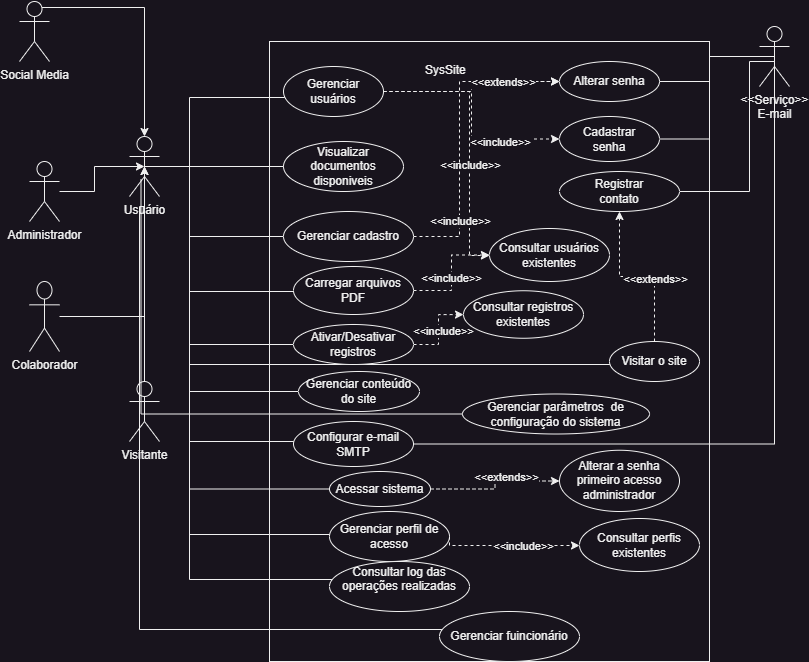
This is docs/Diagrama_Caso_De_Uso.png from srgeverson/projeto-integrado, a draw.io export, as it was before one commit. Source tidied: cells renumbered, new cells last; positions are measured from the earlier drawing's top-left corner, leaving out a move shared by most shapes.
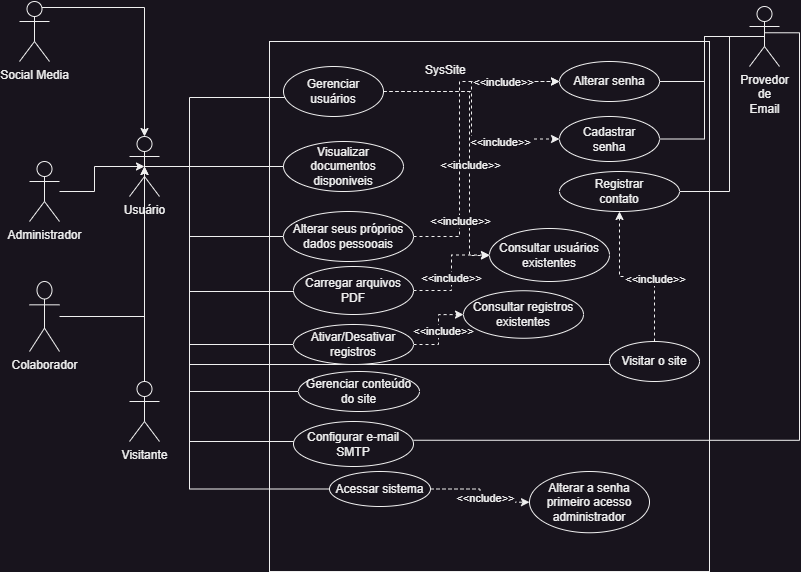
Later version of the same file.

Diff of the diagram source:
```diff
@@ -24,7 +24,7 @@
       <mxGeometry width="30" height="60" as="geometry" />
     </mxCell>
     <mxCell id="9" style="rounded=0;whiteSpace=wrap;html=1;" parent="1" vertex="1">
-      <mxGeometry x="250" y="40" width="440" height="620" as="geometry" />
+      <mxGeometry x="250" y="40" width="440" height="530" as="geometry" />
     </mxCell>
     <mxCell id="10" value="SysSite" style="text;strokeColor=none;fillColor=none;spacingLeft=4;spacingRight=4;overflow=hidden;fontSize=12;whiteSpace=wrap;html=1;" parent="1" vertex="1">
       <mxGeometry x="400" y="55" width="60" height="30" as="geometry" />
@@ -82,14 +82,13 @@
     <mxCell id="23" style="edgeStyle=orthogonalEdgeStyle;rounded=0;jettySize=auto;html=1;endArrow=none;endFill=0;exitX=0.5;exitY=0.5;exitDx=0;exitDy=0;exitPerimeter=0;" parent="1" edge="1" source="24" target="26">
       <mxGeometry relative="1" as="geometry">
         <Array as="points">
-          <mxPoint x="755" y="60" />
-          <mxPoint x="730" y="60" />
-          <mxPoint x="730" y="190" />
+          <mxPoint x="710" y="35" />
+          <mxPoint x="710" y="190" />
         </Array>
       </mxGeometry>
     </mxCell>
-    <mxCell id="24" value="&amp;lt;&amp;lt;Serviço&amp;gt;&amp;gt;&lt;br&gt;E-mail&lt;br&gt;" style="shape=umlActor;verticalLabelPosition=bottom;verticalAlign=top;html=1;outlineConnect=0;" parent="1" vertex="1">
-      <mxGeometry x="740" y="25" width="30" height="60" as="geometry" />
+    <mxCell id="24" value="Provedor &lt;br&gt;de &lt;br&gt;Email" style="shape=umlActor;verticalLabelPosition=bottom;verticalAlign=top;html=1;outlineConnect=0;" parent="1" vertex="1">
+      <mxGeometry x="730" y="5" width="30" height="60" as="geometry" />
     </mxCell>
     <mxCell id="25" value="Cadastrar &lt;br&gt;senha" style="ellipse;whiteSpace=wrap;html=1;" parent="1" vertex="1">
       <mxGeometry x="540" y="115" width="100" height="45" as="geometry" />
@@ -110,7 +109,7 @@
         <mxPoint x="3" y="113" as="offset" />
       </mxGeometry>
     </mxCell>
-    <mxCell id="29" value="&amp;lt;&amp;lt;extends&amp;gt;&amp;gt;" style="edgeLabel;html=1;align=center;verticalAlign=middle;" parent="27" vertex="1">
+    <mxCell id="29" value="&amp;lt;&amp;lt;include&amp;gt;&amp;gt;" style="edgeLabel;html=1;align=center;verticalAlign=middle;" parent="27" vertex="1">
       <mxGeometry x="0.62" relative="1" as="geometry" />
     </mxCell>
     <mxCell id="30" style="edgeStyle=orthogonalEdgeStyle;rounded=0;jettySize=auto;html=1;entryX=0.5;entryY=0.5;entryDx=0;entryDy=0;entryPerimeter=0;endArrow=none;endFill=0;" parent="1" edge="1" source="31" target="2">
@@ -121,7 +120,7 @@
         </Array>
       </mxGeometry>
     </mxCell>
-    <mxCell id="31" value="Gerenciar cadastro" style="ellipse;whiteSpace=wrap;html=1;" parent="1" vertex="1">
+    <mxCell id="31" value="Alterar seus próprios dados pessooais" style="ellipse;whiteSpace=wrap;html=1;" parent="1" vertex="1">
       <mxGeometry x="264" y="210" width="130" height="50" as="geometry" />
     </mxCell>
     <mxCell id="32" style="edgeStyle=orthogonalEdgeStyle;rounded=0;jettySize=auto;html=1;entryX=0.5;entryY=0.5;entryDx=0;entryDy=0;entryPerimeter=0;endArrow=none;endFill=0;" parent="1" edge="1" source="34" target="2">
@@ -132,8 +131,15 @@
         </Array>
       </mxGeometry>
     </mxCell>
-    <mxCell id="33" style="edgeStyle=orthogonalEdgeStyle;rounded=0;jettySize=auto;html=1;entryX=0.5;entryY=0.5;entryDx=0;entryDy=0;entryPerimeter=0;endArrow=none;endFill=0;" parent="1" edge="1" source="34" target="24">
-      <mxGeometry relative="1" as="geometry" />
+    <mxCell id="33" style="edgeStyle=orthogonalEdgeStyle;rounded=0;orthogonalLoop=1;jettySize=auto;html=1;entryX=0.5;entryY=0.5;entryDx=0;entryDy=0;entryPerimeter=0;endArrow=none;endFill=0;" parent="1" edge="1">
+      <mxGeometry relative="1" as="geometry">
+        <mxPoint x="394" y="438.8" as="sourcePoint" />
+        <mxPoint x="745" y="31.2" as="targetPoint" />
+        <Array as="points">
+          <mxPoint x="780" y="439" />
+          <mxPoint x="780" y="31" />
+        </Array>
+      </mxGeometry>
     </mxCell>
     <mxCell id="34" value="Configurar e-mail SMTP" style="ellipse;whiteSpace=wrap;html=1;" parent="1" vertex="1">
       <mxGeometry x="274" y="420" width="120" height="45" as="geometry" />
@@ -172,7 +178,7 @@
     <mxCell id="42" style="edgeStyle=orthogonalEdgeStyle;rounded=0;jettySize=auto;html=1;dashed=1;" parent="1" edge="1" source="45" target="26">
       <mxGeometry relative="1" as="geometry" />
     </mxCell>
-    <mxCell id="43" value="&amp;lt;&amp;lt;extends&amp;gt;&amp;gt;" style="edgeLabel;html=1;align=center;verticalAlign=middle;" parent="42" vertex="1">
+    <mxCell id="43" value="&amp;lt;&amp;lt;include&amp;gt;&amp;gt;" style="edgeLabel;html=1;align=center;verticalAlign=middle;" parent="42" vertex="1">
       <mxGeometry x="-0.22" y="2" relative="1" as="geometry" />
     </mxCell>
     <mxCell id="44" style="edgeStyle=orthogonalEdgeStyle;rounded=0;jettySize=auto;html=1;endArrow=none;endFill=0;" parent="1" edge="1" target="2">
@@ -222,7 +228,7 @@
     <mxCell id="53" style="edgeStyle=orthogonalEdgeStyle;rounded=0;jettySize=auto;html=1;dashed=1;" parent="1" edge="1" source="56" target="57">
       <mxGeometry relative="1" as="geometry" />
     </mxCell>
-    <mxCell id="54" value="&amp;lt;&amp;lt;extends&amp;gt;&amp;gt;" style="edgeLabel;html=1;align=center;verticalAlign=middle;" parent="53" vertex="1">
+    <mxCell id="54" value="&amp;lt;&amp;lt;nclude&amp;gt;&amp;gt;" style="edgeLabel;html=1;align=center;verticalAlign=middle;" parent="53" vertex="1">
       <mxGeometry x="0.21" y="4" relative="1" as="geometry" />
     </mxCell>
     <mxCell id="55" style="edgeStyle=orthogonalEdgeStyle;rounded=0;jettySize=auto;html=1;endArrow=none;endFill=0;" parent="1" edge="1" source="56" target="2">
@@ -237,65 +243,7 @@
       <mxGeometry x="310" y="470" width="101" height="35" as="geometry" />
     </mxCell>
     <mxCell id="57" value="Alterar a senha primeiro acesso administrador" style="ellipse;whiteSpace=wrap;html=1;" parent="1" vertex="1">
-      <mxGeometry x="540" y="448.8" width="120" height="61.2" as="geometry" />
+      <mxGeometry x="510" y="470" width="120" height="61.2" as="geometry" />
     </mxCell>
-    <mxCell id="58" style="edgeStyle=orthogonalEdgeStyle;rounded=0;jettySize=auto;html=1;endArrow=none;endFill=0;entryX=0.5;entryY=0.5;entryDx=0;entryDy=0;entryPerimeter=0;" parent="1" edge="1" source="59" target="2">
-      <mxGeometry relative="1" as="geometry">
-        <Array as="points">
-          <mxPoint x="170" y="533" />
-          <mxPoint x="170" y="165" />
-        </Array>
-      </mxGeometry>
-    </mxCell>
-    <mxCell id="59" value="Gerenciar perfil de acesso" style="ellipse;whiteSpace=wrap;html=1;" parent="1" vertex="1">
-      <mxGeometry x="310" y="510" width="120" height="50" as="geometry" />
-    </mxCell>
-    <mxCell id="60" style="edgeStyle=orthogonalEdgeStyle;rounded=0;jettySize=auto;html=1;dashed=1;exitX=1;exitY=0.5;exitDx=0;exitDy=0;" parent="1" edge="1" source="59" target="62">
-      <mxGeometry relative="1" as="geometry">
-        <Array as="points">
-          <mxPoint x="430" y="544" />
-        </Array>
-      </mxGeometry>
-    </mxCell>
-    <mxCell id="61" value="&amp;lt;&amp;lt;include&amp;gt;&amp;gt;" style="edgeLabel;html=1;align=center;verticalAlign=middle;" parent="60" vertex="1">
-      <mxGeometry x="0.18" relative="1" as="geometry" />
-    </mxCell>
-    <mxCell id="62" value="Consultar perfis existentes" style="ellipse;whiteSpace=wrap;html=1;" parent="1" vertex="1">
-      <mxGeometry x="560" y="517" width="120" height="53" as="geometry" />
-    </mxCell>
-    <mxCell id="63" style="edgeStyle=orthogonalEdgeStyle;rounded=0;jettySize=auto;html=1;entryX=0.5;entryY=0.5;entryDx=0;entryDy=0;entryPerimeter=0;endArrow=none;endFill=0;" parent="1" edge="1" source="64">
-      <mxGeometry relative="1" as="geometry">
-        <mxPoint x="121.5" y="177.5" as="targetPoint" />
-        <Array as="points">
-          <mxPoint x="121.5" y="412.5" />
-        </Array>
-      </mxGeometry>
-    </mxCell>
-    <mxCell id="64" value="Gerenciar parâmetros&amp;nbsp; de configuração do sistema" style="ellipse;whiteSpace=wrap;html=1;" parent="1" vertex="1">
-      <mxGeometry x="443" y="392.5" width="187" height="40" as="geometry" />
-    </mxCell>
-    <mxCell id="65" style="edgeStyle=orthogonalEdgeStyle;rounded=0;jettySize=auto;html=1;endArrow=none;endFill=0;entryX=0.5;entryY=0.5;entryDx=0;entryDy=0;entryPerimeter=0;" parent="1" edge="1" source="66" target="2">
-      <mxGeometry relative="1" as="geometry">
-        <Array as="points">
-          <mxPoint x="170" y="578" />
-          <mxPoint x="170" y="165" />
-        </Array>
-      </mxGeometry>
-    </mxCell>
-    <mxCell id="66" value="Consultar log das operações realizadas&lt;div&gt;&lt;br&gt;&lt;/div&gt;" style="ellipse;whiteSpace=wrap;html=1;" parent="1" vertex="1">
-      <mxGeometry x="310" y="560" width="140" height="50" as="geometry" />
-    </mxCell>
-    <mxCell id="67" style="edgeStyle=orthogonalEdgeStyle;rounded=0;jettySize=auto;html=1;endArrow=none;endFill=0;entryX=0.5;entryY=0.5;entryDx=0;entryDy=0;entryPerimeter=0;" parent="1" edge="1" source="68" target="2">
-      <mxGeometry relative="1" as="geometry">
-        <Array as="points">
-          <mxPoint x="120" y="628" />
-          <mxPoint x="120" y="205" />
-          <mxPoint x="125" y="205" />
-        </Array>
-      </mxGeometry>
-    </mxCell>
-    <mxCell id="68" value="&lt;div&gt;Gerenciar fuincionário&lt;/div&gt;" style="ellipse;whiteSpace=wrap;html=1;" parent="1" vertex="1">
-      <mxGeometry x="420" y="610" width="140" height="50" as="geometry" />
-    </mxCell>
   </root>
 </mxGraphModel>
```
